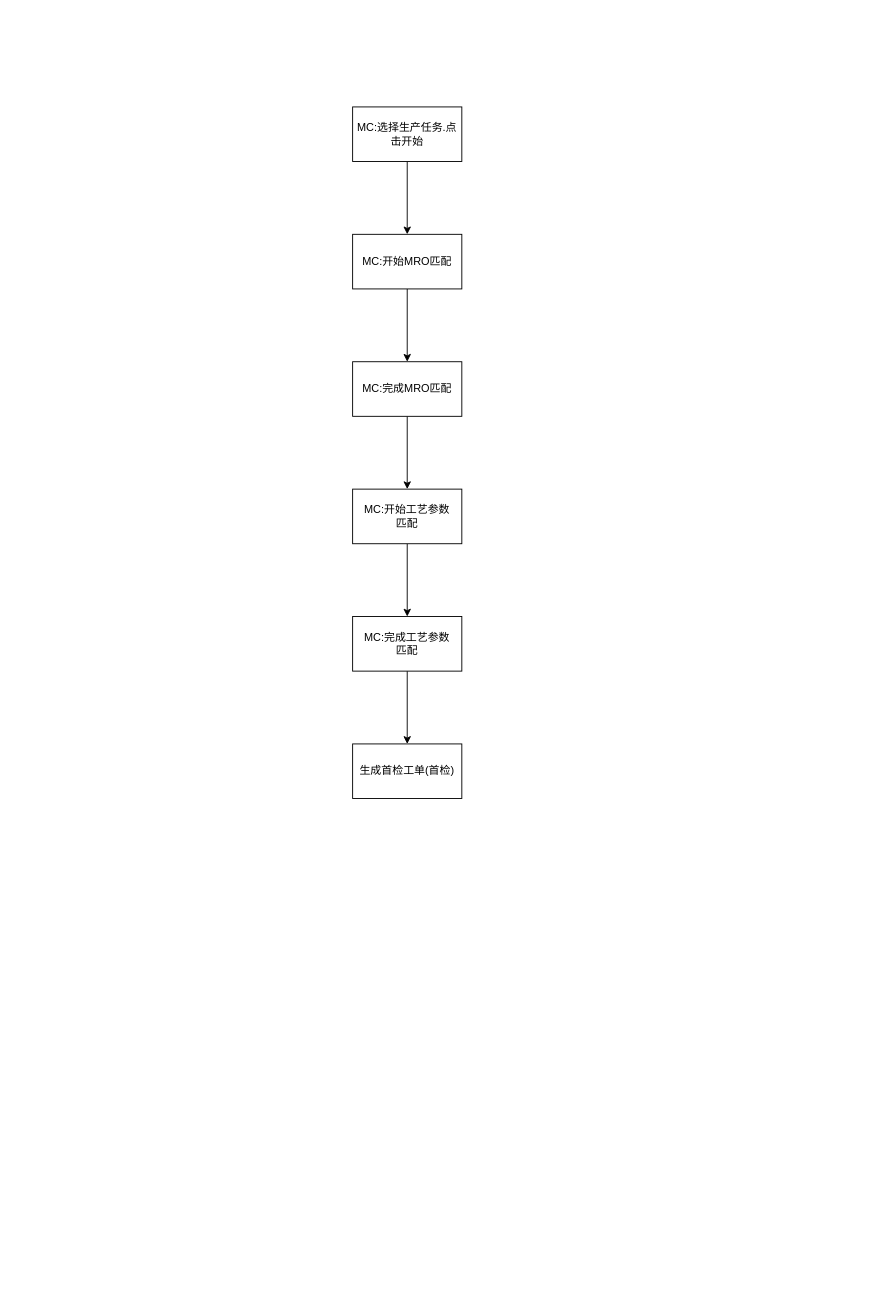
The draw.io diagram 首检流程.drawio in sstlin/os-shell, before the edit. Source tidied: cells renumbered, new cells numbered last; positions are measured from the earlier drawing's top-left corner, leaving out a move shared by most shapes. Both pictures are drawn from the tidied source at 91%, with x=0, y=0 at pixel (352, 106).
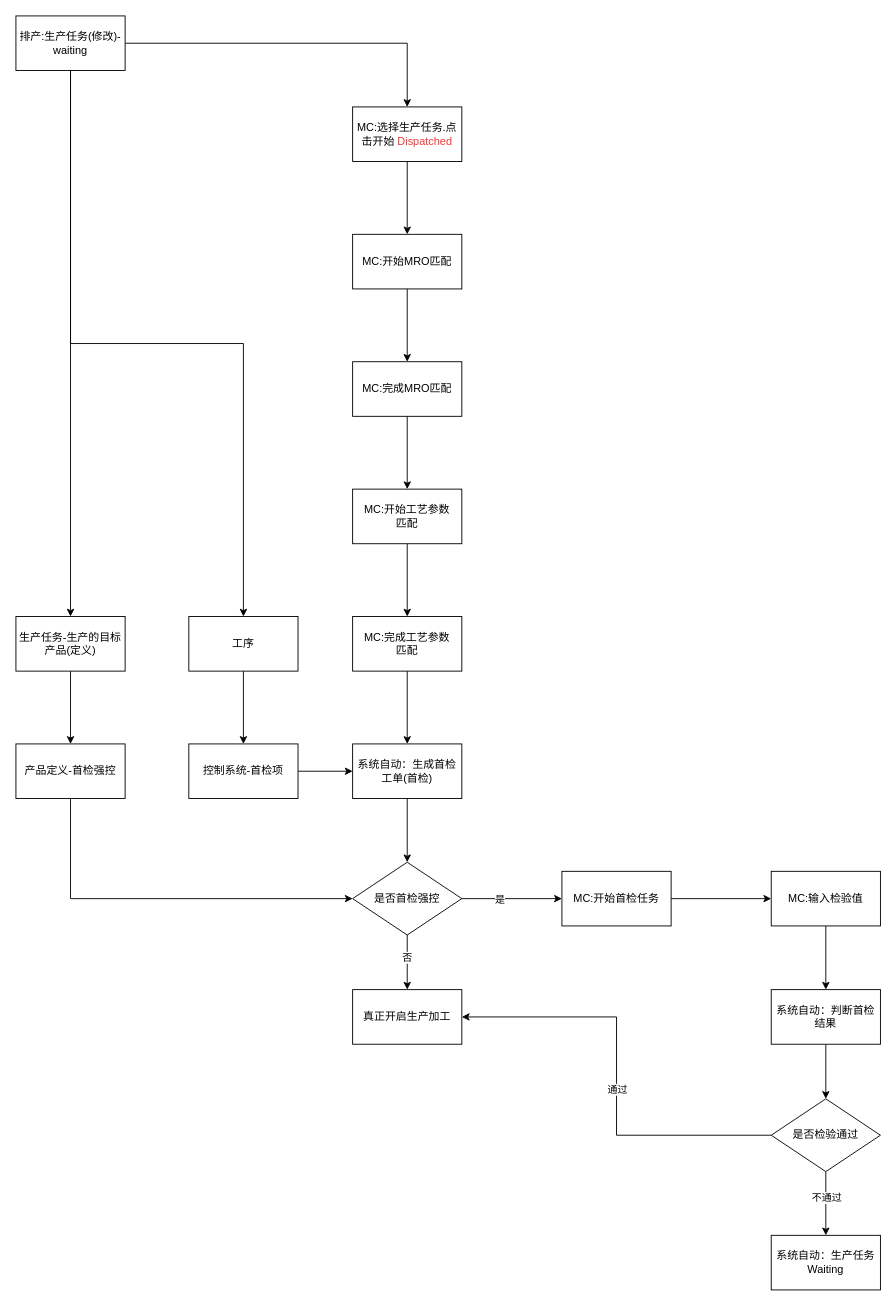
After the change.

Commit message:
更新首检流程.drawio

The edit, as a diff of the source:
```diff
@@
-    <mxCell id="3" value="MC:选择生产任务.点击开始" style="rounded=0;whiteSpace=wrap;html=1;" parent="1" vertex="1">
+    <mxCell id="3" value="MC:选择生产任务.点击开始 &lt;font color=&quot;#ff3333&quot;&gt;Dispatched&lt;/font&gt;" style="rounded=0;whiteSpace=wrap;html=1;" parent="1" vertex="1">
       <mxGeometry width="120" height="60" as="geometry" />
     </mxCell>
@@
+    <mxCell id="13" style="edgeStyle=orthogonalEdgeStyle;rounded=0;jettySize=auto;html=1;" parent="1" edge="1" source="12" target="18">
+      <mxGeometry relative="1" as="geometry" />
+    </mxCell>
-    <mxCell id="12" value="生成首检工单(首检)" style="whiteSpace=wrap;html=1;rounded=0;" parent="1" vertex="1">
+    <mxCell id="12" value="系统自动：生成首检工单(首检)" style="whiteSpace=wrap;html=1;rounded=0;" parent="1" vertex="1">
       <mxGeometry y="700" width="120" height="60" as="geometry" />
     </mxCell>
+    <mxCell id="14" style="edgeStyle=orthogonalEdgeStyle;rounded=0;jettySize=auto;html=1;exitX=1;exitY=0.5;exitDx=0;exitDy=0;" parent="1" edge="1" source="18" target="28">
+      <mxGeometry relative="1" as="geometry" />
+    </mxCell>
+    <mxCell id="15" value="是" style="edgeLabel;html=1;align=center;verticalAlign=middle;" parent="14" vertex="1">
+      <mxGeometry x="-0.26" relative="1" as="geometry" />
+    </mxCell>
+    <mxCell id="16" style="edgeStyle=orthogonalEdgeStyle;rounded=0;jettySize=auto;html=1;exitX=0.5;exitY=1;exitDx=0;exitDy=0;entryX=0.5;entryY=0;entryDx=0;entryDy=0;" parent="1" edge="1" source="18" target="29">
+      <mxGeometry relative="1" as="geometry" />
+    </mxCell>
+    <mxCell id="17" value="否" style="edgeLabel;html=1;align=center;verticalAlign=middle;" parent="16" vertex="1">
+      <mxGeometry x="-0.19" y="-1" relative="1" as="geometry" />
+    </mxCell>
+    <mxCell id="18" value="是否首检强控" style="rhombus;whiteSpace=wrap;html=1;rounded=0;" parent="1" vertex="1">
+      <mxGeometry y="830" width="120" height="80" as="geometry" />
+    </mxCell>
+    <mxCell id="19" style="edgeStyle=orthogonalEdgeStyle;rounded=0;jettySize=auto;html=1;exitX=0.5;exitY=1;exitDx=0;exitDy=0;entryX=0;entryY=0.5;entryDx=0;entryDy=0;" parent="1" edge="1" source="20" target="18">
+      <mxGeometry relative="1" as="geometry" />
+    </mxCell>
+    <mxCell id="20" value="产品定义-首检强控" style="rounded=0;whiteSpace=wrap;html=1;" parent="1" vertex="1">
+      <mxGeometry x="-370" y="700" width="120" height="60" as="geometry" />
+    </mxCell>
+    <mxCell id="21" style="edgeStyle=orthogonalEdgeStyle;rounded=0;jettySize=auto;html=1;exitX=0.5;exitY=1;exitDx=0;exitDy=0;" parent="1" edge="1" source="22" target="20">
+      <mxGeometry relative="1" as="geometry" />
+    </mxCell>
+    <mxCell id="22" value="生产任务-生产的目标产品(定义)" style="rounded=0;whiteSpace=wrap;html=1;" parent="1" vertex="1">
+      <mxGeometry x="-370" y="560" width="120" height="60" as="geometry" />
+    </mxCell>
+    <mxCell id="23" style="edgeStyle=orthogonalEdgeStyle;rounded=0;jettySize=auto;html=1;exitX=1;exitY=0.5;exitDx=0;exitDy=0;entryX=0.5;entryY=0;entryDx=0;entryDy=0;" parent="1" edge="1" source="26" target="3">
+      <mxGeometry relative="1" as="geometry" />
+    </mxCell>
+    <mxCell id="24" style="edgeStyle=orthogonalEdgeStyle;rounded=0;jettySize=auto;html=1;exitX=0.5;exitY=1;exitDx=0;exitDy=0;entryX=0.5;entryY=0;entryDx=0;entryDy=0;" parent="1" edge="1" source="26" target="22">
+      <mxGeometry relative="1" as="geometry" />
+    </mxCell>
+    <mxCell id="25" style="edgeStyle=orthogonalEdgeStyle;rounded=0;jettySize=auto;html=1;exitX=0.5;exitY=1;exitDx=0;exitDy=0;entryX=0.5;entryY=0;entryDx=0;entryDy=0;" parent="1" edge="1" source="26" target="33">
+      <mxGeometry relative="1" as="geometry" />
+    </mxCell>
+    <mxCell id="26" value="排产:生产任务(修改)-waiting" style="rounded=0;whiteSpace=wrap;html=1;" parent="1" vertex="1">
+      <mxGeometry x="-370" y="-100" width="120" height="60" as="geometry" />
+    </mxCell>
+    <mxCell id="27" style="edgeStyle=orthogonalEdgeStyle;rounded=0;jettySize=auto;html=1;exitX=1;exitY=0.5;exitDx=0;exitDy=0;entryX=0;entryY=0.5;entryDx=0;entryDy=0;" parent="1" edge="1" source="28" target="31">
+      <mxGeometry relative="1" as="geometry" />
+    </mxCell>
+    <mxCell id="28" value="MC:开始首检任务" style="whiteSpace=wrap;html=1;rounded=0;" parent="1" vertex="1">
+      <mxGeometry x="230" y="840" width="120" height="60" as="geometry" />
+    </mxCell>
+    <mxCell id="29" value="真正开启生产加工&lt;br&gt;" style="whiteSpace=wrap;html=1;rounded=0;" parent="1" vertex="1">
+      <mxGeometry y="970" width="120" height="60" as="geometry" />
+    </mxCell>
+    <mxCell id="30" style="edgeStyle=orthogonalEdgeStyle;rounded=0;jettySize=auto;html=1;exitX=0.5;exitY=1;exitDx=0;exitDy=0;entryX=0.5;entryY=0;entryDx=0;entryDy=0;" parent="1" edge="1" source="31" target="37">
+      <mxGeometry relative="1" as="geometry" />
+    </mxCell>
+    <mxCell id="31" value="MC:输入检验值" style="whiteSpace=wrap;html=1;rounded=0;" parent="1" vertex="1">
+      <mxGeometry x="460" y="840" width="120" height="60" as="geometry" />
+    </mxCell>
+    <mxCell id="32" style="edgeStyle=orthogonalEdgeStyle;rounded=0;jettySize=auto;html=1;exitX=0.5;exitY=1;exitDx=0;exitDy=0;entryX=0.5;entryY=0;entryDx=0;entryDy=0;" parent="1" edge="1" source="33" target="35">
+      <mxGeometry relative="1" as="geometry" />
+    </mxCell>
+    <mxCell id="33" value="工序" style="rounded=0;whiteSpace=wrap;html=1;" parent="1" vertex="1">
+      <mxGeometry x="-180" y="560" width="120" height="60" as="geometry" />
+    </mxCell>
+    <mxCell id="34" style="edgeStyle=orthogonalEdgeStyle;rounded=0;jettySize=auto;html=1;exitX=1;exitY=0.5;exitDx=0;exitDy=0;entryX=0;entryY=0.5;entryDx=0;entryDy=0;" parent="1" edge="1" source="35" target="12">
+      <mxGeometry relative="1" as="geometry" />
+    </mxCell>
+    <mxCell id="35" value="控制系统-首检项" style="rounded=0;whiteSpace=wrap;html=1;" parent="1" vertex="1">
+      <mxGeometry x="-180" y="700" width="120" height="60" as="geometry" />
+    </mxCell>
+    <mxCell id="36" style="edgeStyle=orthogonalEdgeStyle;rounded=0;jettySize=auto;html=1;exitX=0.5;exitY=1;exitDx=0;exitDy=0;entryX=0.5;entryY=0;entryDx=0;entryDy=0;" parent="1" edge="1" source="37" target="42">
+      <mxGeometry relative="1" as="geometry" />
+    </mxCell>
+    <mxCell id="37" value="系统自动：判断首检结果" style="whiteSpace=wrap;html=1;rounded=0;" parent="1" vertex="1">
+      <mxGeometry x="460" y="970" width="120" height="60" as="geometry" />
+    </mxCell>
+    <mxCell id="38" style="edgeStyle=orthogonalEdgeStyle;rounded=0;jettySize=auto;html=1;exitX=0;exitY=0.5;exitDx=0;exitDy=0;entryX=1;entryY=0.5;entryDx=0;entryDy=0;" parent="1" edge="1" source="42" target="29">
+      <mxGeometry relative="1" as="geometry" />
+    </mxCell>
+    <mxCell id="39" value="通过" style="edgeLabel;html=1;align=center;verticalAlign=middle;" parent="38" vertex="1">
+      <mxGeometry x="-0.06" relative="1" as="geometry" />
+    </mxCell>
+    <mxCell id="40" style="edgeStyle=orthogonalEdgeStyle;rounded=0;jettySize=auto;html=1;exitX=0.5;exitY=1;exitDx=0;exitDy=0;entryX=0.5;entryY=0;entryDx=0;entryDy=0;" parent="1" edge="1" source="42" target="43">
+      <mxGeometry relative="1" as="geometry" />
+    </mxCell>
+    <mxCell id="41" value="不通过" style="edgeLabel;html=1;align=center;verticalAlign=middle;" parent="40" vertex="1">
+      <mxGeometry x="-0.19" relative="1" as="geometry" />
+    </mxCell>
+    <mxCell id="42" value="是否检验通过" style="rhombus;whiteSpace=wrap;html=1;rounded=0;" parent="1" vertex="1">
+      <mxGeometry x="460" y="1090" width="120" height="80" as="geometry" />
+    </mxCell>
+    <mxCell id="43" value="系统自动：生产任务Waiting" style="whiteSpace=wrap;html=1;rounded=0;" parent="1" vertex="1">
+      <mxGeometry x="460" y="1240" width="120" height="60" as="geometry" />
+    </mxCell>
```
